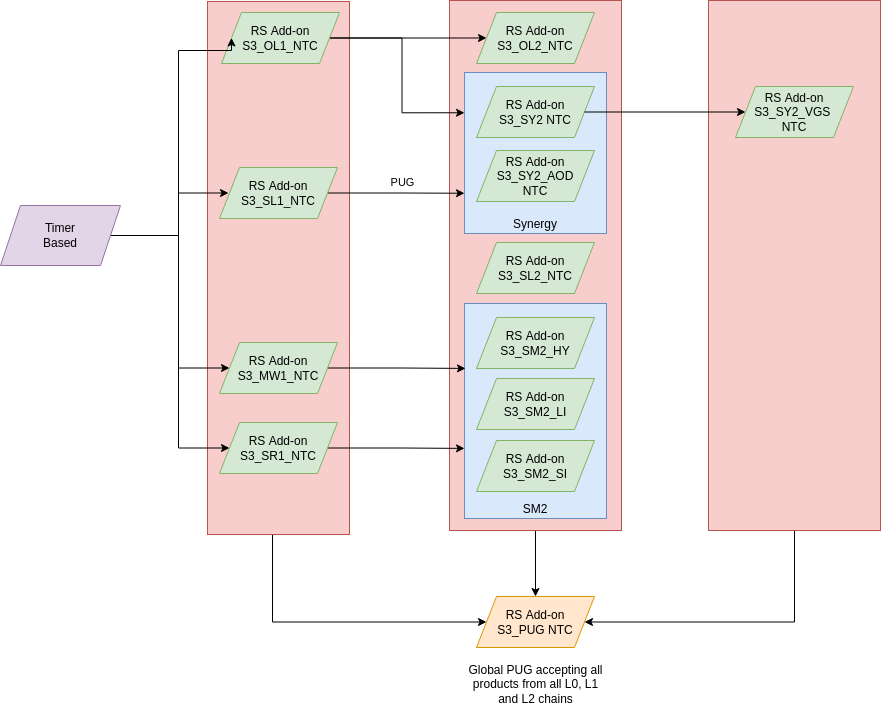
COPRS/processing-sentinel-3 keeps this draw.io diagram as docs/media/rs_addons_s3_ntc_overview.png. Above is the earlier version. Source tidied: cells renumbered, new cells last; positions are measured from the earlier drawing's top-left corner, leaving out a move shared by most shapes.
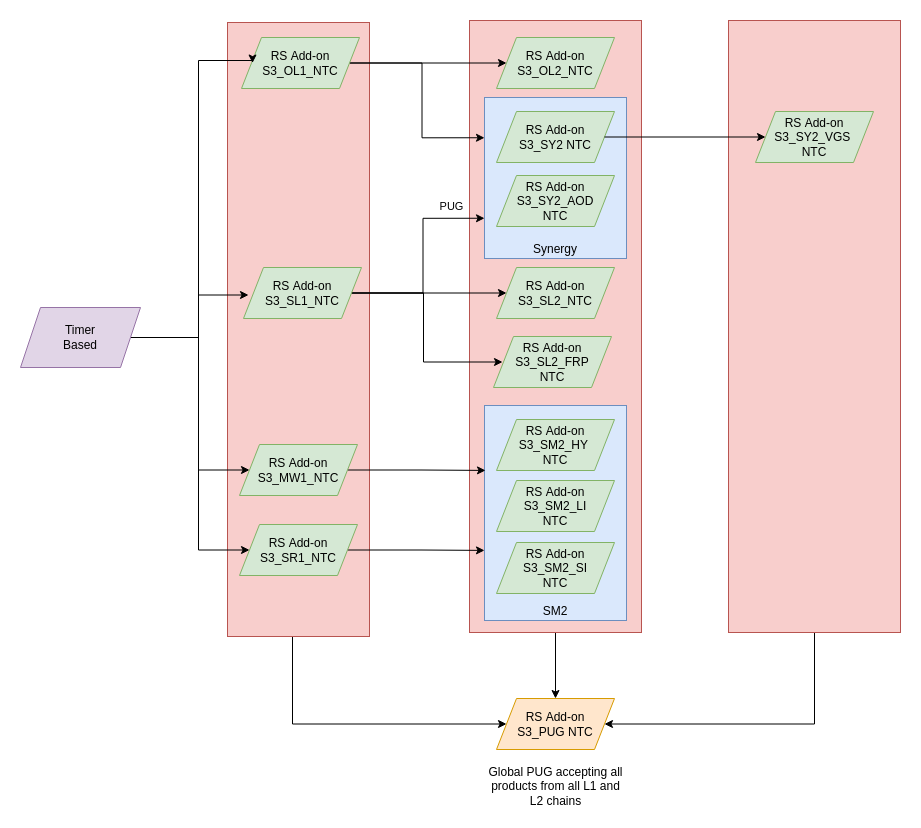
Later version of the same file.

Commit message:
RS-XX: Update overview graphics for NTC and STC

What changed in the source:
```diff
@@ -2,16 +2,16 @@
   <root>
     <mxCell id="0" />
     <mxCell id="1" parent="0" />
-    <mxCell id="2" style="edgeStyle=orthogonalEdgeStyle;rounded=0;jettySize=auto;html=1;" parent="1" edge="1" source="3" target="23">
+    <mxCell id="2" style="edgeStyle=orthogonalEdgeStyle;rounded=0;jettySize=auto;html=1;" parent="1" edge="1" source="3" target="25">
       <mxGeometry relative="1" as="geometry" />
     </mxCell>
     <mxCell id="3" style="rounded=0;whiteSpace=wrap;html=1;fillColor=#f8cecc;strokeColor=#b85450;" parent="1" vertex="1">
-      <mxGeometry x="449" width="172" height="530" as="geometry" />
+      <mxGeometry x="449" y="-82" width="172" height="612" as="geometry" />
     </mxCell>
     <mxCell id="4" value="Synergy" style="rounded=0;whiteSpace=wrap;html=1;fillColor=#dae8fc;strokeColor=#6c8ebf;verticalAlign=bottom;" parent="1" vertex="1">
-      <mxGeometry x="464" y="72" width="142" height="161" as="geometry" />
+      <mxGeometry x="464" y="-5" width="142" height="161" as="geometry" />
     </mxCell>
-    <mxCell id="5" style="edgeStyle=orthogonalEdgeStyle;rounded=0;jettySize=auto;html=1;entryX=0;entryY=0.5;entryDx=0;entryDy=0;" parent="1" edge="1" source="6" target="23">
+    <mxCell id="5" style="edgeStyle=orthogonalEdgeStyle;rounded=0;jettySize=auto;html=1;entryX=0;entryY=0.5;entryDx=0;entryDy=0;" parent="1" edge="1" source="6" target="25">
       <mxGeometry relative="1" as="geometry">
         <Array as="points">
           <mxPoint x="272" y="622" />
@@ -19,48 +19,51 @@
       </mxGeometry>
     </mxCell>
     <mxCell id="6" style="rounded=0;whiteSpace=wrap;html=1;fillColor=#f8cecc;strokeColor=#b85450;" parent="1" vertex="1">
-      <mxGeometry x="207" y="1" width="142" height="533" as="geometry" />
+      <mxGeometry x="207" y="-80" width="142" height="614" as="geometry" />
     </mxCell>
     <mxCell id="7" style="edgeStyle=orthogonalEdgeStyle;rounded=0;jettySize=auto;html=1;entryX=0;entryY=0.25;entryDx=0;entryDy=0;" parent="1" edge="1" source="9" target="4">
       <mxGeometry relative="1" as="geometry" />
     </mxCell>
-    <mxCell id="8" style="edgeStyle=orthogonalEdgeStyle;rounded=0;jettySize=auto;html=1;exitX=1;exitY=0.5;exitDx=0;exitDy=0;entryX=0;entryY=0.5;entryDx=0;entryDy=0;" parent="1" edge="1" source="9" target="29">
+    <mxCell id="8" style="edgeStyle=orthogonalEdgeStyle;rounded=0;jettySize=auto;html=1;exitX=1;exitY=0.5;exitDx=0;exitDy=0;entryX=0;entryY=0.5;entryDx=0;entryDy=0;" parent="1" edge="1" source="9" target="31">
       <mxGeometry relative="1" as="geometry" />
     </mxCell>
     <mxCell id="9" value="RS Add-on&lt;br&gt;S3_OL1_NTC" style="shape=parallelogram;perimeter=parallelogramPerimeter;whiteSpace=wrap;html=1;fixedSize=1;fillColor=#d5e8d4;strokeColor=#82b366;" parent="1" vertex="1">
-      <mxGeometry x="221" y="12" width="118" height="51" as="geometry" />
+      <mxGeometry x="221" y="-65" width="118" height="51" as="geometry" />
     </mxCell>
-    <mxCell id="10" style="edgeStyle=orthogonalEdgeStyle;rounded=0;jettySize=auto;html=1;entryX=0;entryY=0.5;entryDx=0;entryDy=0;" parent="1" edge="1" source="14" target="9">
+    <mxCell id="10" style="edgeStyle=orthogonalEdgeStyle;rounded=0;orthogonalLoop=1;jettySize=auto;html=1;exitX=1;exitY=0.5;exitDx=0;exitDy=0;entryX=0;entryY=0.5;entryDx=0;entryDy=0;" parent="1" edge="1">
       <mxGeometry relative="1" as="geometry">
+        <mxPoint x="109" y="235" as="sourcePoint" />
+        <mxPoint x="228" y="192.5" as="targetPoint" />
         <Array as="points">
           <mxPoint x="178" y="235" />
-          <mxPoint x="178" y="50" />
+          <mxPoint x="178" y="193" />
         </Array>
       </mxGeometry>
     </mxCell>
-    <mxCell id="11" style="edgeStyle=orthogonalEdgeStyle;rounded=0;orthogonalLoop=1;jettySize=auto;html=1;exitX=1;exitY=0.5;exitDx=0;exitDy=0;entryX=0;entryY=0.5;entryDx=0;entryDy=0;" parent="1" edge="1">
+    <mxCell id="11" style="edgeStyle=orthogonalEdgeStyle;rounded=0;jettySize=auto;html=1;exitX=1;exitY=0.5;exitDx=0;exitDy=0;entryX=0;entryY=0.5;entryDx=0;entryDy=0;" parent="1" edge="1" source="14" target="37">
       <mxGeometry relative="1" as="geometry">
-        <mxPoint x="109" y="235" as="sourcePoint" />
-        <mxPoint x="228" y="192.5" as="targetPoint" />
         <Array as="points">
           <mxPoint x="178" y="235" />
-          <mxPoint x="178" y="193" />
+          <mxPoint x="178" y="368" />
         </Array>
       </mxGeometry>
     </mxCell>
-    <mxCell id="12" style="edgeStyle=orthogonalEdgeStyle;rounded=0;jettySize=auto;html=1;exitX=1;exitY=0.5;exitDx=0;exitDy=0;entryX=0;entryY=0.5;entryDx=0;entryDy=0;" parent="1" edge="1" source="14" target="35">
+    <mxCell id="12" style="edgeStyle=orthogonalEdgeStyle;rounded=0;jettySize=auto;html=1;exitX=1;exitY=0.5;exitDx=0;exitDy=0;entryX=0;entryY=0.5;entryDx=0;entryDy=0;" parent="1" edge="1" source="14" target="23">
       <mxGeometry relative="1" as="geometry">
         <Array as="points">
           <mxPoint x="178" y="235" />
-          <mxPoint x="178" y="368" />
+          <mxPoint x="178" y="448" />
         </Array>
       </mxGeometry>
     </mxCell>
-    <mxCell id="13" style="edgeStyle=orthogonalEdgeStyle;rounded=0;jettySize=auto;html=1;exitX=1;exitY=0.5;exitDx=0;exitDy=0;entryX=0;entryY=0.5;entryDx=0;entryDy=0;" parent="1" edge="1" source="14" target="21">
+    <mxCell id="13" style="edgeStyle=orthogonalEdgeStyle;rounded=0;orthogonalLoop=1;jettySize=auto;html=1;exitX=1;exitY=0.5;exitDx=0;exitDy=0;entryX=0;entryY=0.5;entryDx=0;entryDy=0;" parent="1" edge="1">
       <mxGeometry relative="1" as="geometry">
+        <mxPoint x="111" y="235" as="sourcePoint" />
+        <mxPoint x="232" y="-39.5" as="targetPoint" />
         <Array as="points">
           <mxPoint x="178" y="235" />
-          <mxPoint x="178" y="448" />
+          <mxPoint x="178" y="-42" />
+          <mxPoint x="232" y="-42" />
         </Array>
       </mxGeometry>
     </mxCell>
@@ -68,73 +71,89 @@
       <mxGeometry y="205" width="120" height="60" as="geometry" />
     </mxCell>
     <mxCell id="15" value="RS Add-on&lt;br&gt;S3_SY2 NTC" style="shape=parallelogram;perimeter=parallelogramPerimeter;whiteSpace=wrap;html=1;fixedSize=1;fillColor=#d5e8d4;strokeColor=#82b366;" parent="1" vertex="1">
-      <mxGeometry x="476" y="86" width="118" height="51" as="geometry" />
+      <mxGeometry x="476" y="9" width="118" height="51" as="geometry" />
     </mxCell>
     <mxCell id="16" value="RS Add-on&lt;br&gt;S3_SY2_AOD&lt;br&gt;NTC" style="shape=parallelogram;perimeter=parallelogramPerimeter;whiteSpace=wrap;html=1;fixedSize=1;fillColor=#d5e8d4;strokeColor=#82b366;" parent="1" vertex="1">
-      <mxGeometry x="476" y="150" width="118" height="51" as="geometry" />
+      <mxGeometry x="476" y="73" width="118" height="51" as="geometry" />
     </mxCell>
-    <mxCell id="17" style="edgeStyle=orthogonalEdgeStyle;rounded=0;jettySize=auto;html=1;entryX=0;entryY=0.75;entryDx=0;entryDy=0;" parent="1" edge="1" source="19" target="4">
+    <mxCell id="17" style="edgeStyle=orthogonalEdgeStyle;rounded=0;jettySize=auto;html=1;entryX=0;entryY=0.75;entryDx=0;entryDy=0;" parent="1" edge="1" source="21" target="4">
       <mxGeometry relative="1" as="geometry" />
     </mxCell>
     <mxCell id="18" value="PUG" style="edgeLabel;html=1;align=center;verticalAlign=middle;" parent="17" vertex="1">
       <mxGeometry x="-0.2" y="3" relative="1" as="geometry">
-        <mxPoint x="19" y="-8" as="offset" />
+        <mxPoint x="31" y="-76" as="offset" />
       </mxGeometry>
     </mxCell>
-    <mxCell id="19" value="RS Add-on&lt;br&gt;S3_SL1_NTC" style="shape=parallelogram;perimeter=parallelogramPerimeter;whiteSpace=wrap;html=1;fixedSize=1;fillColor=#d5e8d4;strokeColor=#82b366;" parent="1" vertex="1">
-      <mxGeometry x="219" y="167" width="118" height="51" as="geometry" />
+    <mxCell id="19" style="edgeStyle=orthogonalEdgeStyle;rounded=0;jettySize=auto;html=1;exitX=1;exitY=0.5;exitDx=0;exitDy=0;entryX=0;entryY=0.5;entryDx=0;entryDy=0;" parent="1" edge="1" source="21" target="24">
+      <mxGeometry relative="1" as="geometry" />
     </mxCell>
-    <mxCell id="20" style="edgeStyle=orthogonalEdgeStyle;rounded=0;jettySize=auto;html=1;exitX=1;exitY=0.5;exitDx=0;exitDy=0;entryX=0;entryY=0.674;entryDx=0;entryDy=0;entryPerimeter=0;" parent="1" edge="1" source="21" target="30">
-      <mxGeometry relative="1" as="geometry" />
+    <mxCell id="20" style="edgeStyle=orthogonalEdgeStyle;rounded=0;orthogonalLoop=1;jettySize=auto;html=1;exitX=1;exitY=0.5;exitDx=0;exitDy=0;entryX=0;entryY=0.5;entryDx=0;entryDy=0;" parent="1" edge="1">
+      <mxGeometry relative="1" as="geometry">
+        <mxPoint x="330" y="190.5" as="sourcePoint" />
+        <mxPoint x="482" y="259.5" as="targetPoint" />
+        <Array as="points">
+          <mxPoint x="403" y="191" />
+          <mxPoint x="403" y="260" />
+        </Array>
+      </mxGeometry>
     </mxCell>
-    <mxCell id="21" value="RS Add-on&lt;br&gt;S3_SR1_NTC" style="shape=parallelogram;perimeter=parallelogramPerimeter;whiteSpace=wrap;html=1;fixedSize=1;fillColor=#d5e8d4;strokeColor=#82b366;" parent="1" vertex="1">
-      <mxGeometry x="219" y="422" width="118" height="51" as="geometry" />
+    <mxCell id="21" value="RS Add-on&lt;br&gt;S3_SL1_NTC" style="shape=parallelogram;perimeter=parallelogramPerimeter;whiteSpace=wrap;html=1;fixedSize=1;fillColor=#d5e8d4;strokeColor=#82b366;" parent="1" vertex="1">
+      <mxGeometry x="223" y="165" width="118" height="51" as="geometry" />
     </mxCell>
-    <mxCell id="22" value="RS Add-on&lt;br&gt;S3_SL2_NTC" style="shape=parallelogram;perimeter=parallelogramPerimeter;whiteSpace=wrap;html=1;fixedSize=1;fillColor=#d5e8d4;strokeColor=#82b366;" parent="1" vertex="1">
-      <mxGeometry x="476" y="242" width="118" height="51" as="geometry" />
+    <mxCell id="22" style="edgeStyle=orthogonalEdgeStyle;rounded=0;jettySize=auto;html=1;exitX=1;exitY=0.5;exitDx=0;exitDy=0;entryX=0;entryY=0.674;entryDx=0;entryDy=0;entryPerimeter=0;" parent="1" edge="1" source="23" target="32">
+      <mxGeometry relative="1" as="geometry" />
     </mxCell>
-    <mxCell id="23" value="RS Add-on&lt;br&gt;S3_PUG NTC" style="shape=parallelogram;perimeter=parallelogramPerimeter;whiteSpace=wrap;html=1;fixedSize=1;fillColor=#ffe6cc;strokeColor=#d79b00;" parent="1" vertex="1">
-      <mxGeometry x="476" y="596" width="118" height="51" as="geometry" />
+    <mxCell id="23" value="RS Add-on&lt;br&gt;S3_SR1_NTC" style="shape=parallelogram;perimeter=parallelogramPerimeter;whiteSpace=wrap;html=1;fixedSize=1;fillColor=#d5e8d4;strokeColor=#82b366;" parent="1" vertex="1">
+      <mxGeometry x="219" y="422" width="118" height="51" as="geometry" />
     </mxCell>
-    <mxCell id="24" value="Global PUG accepting all products from all L0, L1 and L2 chains" style="text;html=1;strokeColor=none;fillColor=none;align=center;verticalAlign=middle;whiteSpace=wrap;rounded=0;" parent="1" vertex="1">
-      <mxGeometry x="466.5" y="674" width="137" height="20" as="geometry" />
+    <mxCell id="24" value="RS Add-on&lt;br&gt;S3_SL2_NTC" style="shape=parallelogram;perimeter=parallelogramPerimeter;whiteSpace=wrap;html=1;fixedSize=1;fillColor=#d5e8d4;strokeColor=#82b366;" parent="1" vertex="1">
+      <mxGeometry x="476" y="165" width="118" height="51" as="geometry" />
     </mxCell>
-    <mxCell id="25" style="edgeStyle=orthogonalEdgeStyle;rounded=0;jettySize=auto;html=1;entryX=1;entryY=0.5;entryDx=0;entryDy=0;" parent="1" edge="1" source="26" target="23">
-      <mxGeometry relative="1" as="geometry">
-        <Array as="points">
-          <mxPoint x="794" y="622" />
-        </Array>
-      </mxGeometry>
+    <mxCell id="25" value="RS Add-on&lt;br&gt;S3_PUG NTC" style="shape=parallelogram;perimeter=parallelogramPerimeter;whiteSpace=wrap;html=1;fixedSize=1;fillColor=#ffe6cc;strokeColor=#d79b00;" parent="1" vertex="1">
+      <mxGeometry x="476" y="596" width="118" height="51" as="geometry" />
     </mxCell>
-    <mxCell id="26" style="rounded=0;whiteSpace=wrap;html=1;fillColor=#f8cecc;strokeColor=#b85450;" parent="1" vertex="1">
-      <mxGeometry x="708" width="172" height="530" as="geometry" />
+    <mxCell id="26" value="Global PUG accepting all products from all L1 and L2 chains" style="text;html=1;strokeColor=none;fillColor=none;align=center;verticalAlign=middle;whiteSpace=wrap;rounded=0;" parent="1" vertex="1">
+      <mxGeometry x="466.5" y="674" width="137" height="20" as="geometry" />
     </mxCell>
-    <mxCell id="27" value="RS Add-on&lt;br&gt;S3_SY2_VGS &lt;br&gt;NTC" style="shape=parallelogram;perimeter=parallelogramPerimeter;whiteSpace=wrap;html=1;fixedSize=1;fillColor=#d5e8d4;strokeColor=#82b366;" parent="1" vertex="1">
-      <mxGeometry x="735" y="86" width="118" height="51" as="geometry" />
+    <mxCell id="27" style="edgeStyle=orthogonalEdgeStyle;rounded=0;jettySize=auto;html=1;entryX=1;entryY=0.5;entryDx=0;entryDy=0;" parent="1" edge="1" source="28" target="25">
+      <mxGeometry relative="1" as="geometry">
+        <Array as="points">
+          <mxPoint x="794" y="622" />
+        </Array>
+      </mxGeometry>
     </mxCell>
-    <mxCell id="28" style="edgeStyle=orthogonalEdgeStyle;rounded=0;jettySize=auto;html=1;entryX=0;entryY=0.5;entryDx=0;entryDy=0;" parent="1" edge="1" source="15" target="27">
-      <mxGeometry relative="1" as="geometry" />
+    <mxCell id="28" style="rounded=0;whiteSpace=wrap;html=1;fillColor=#f8cecc;strokeColor=#b85450;" parent="1" vertex="1">
+      <mxGeometry x="708" y="-82" width="172" height="612" as="geometry" />
     </mxCell>
-    <mxCell id="29" value="RS Add-on&lt;br&gt;S3_OL2_NTC" style="shape=parallelogram;perimeter=parallelogramPerimeter;whiteSpace=wrap;html=1;fixedSize=1;fillColor=#d5e8d4;strokeColor=#82b366;" parent="1" vertex="1">
-      <mxGeometry x="476" y="12" width="118" height="51" as="geometry" />
+    <mxCell id="29" value="RS Add-on&lt;br&gt;S3_SY2_VGS &lt;br&gt;NTC" style="shape=parallelogram;perimeter=parallelogramPerimeter;whiteSpace=wrap;html=1;fixedSize=1;fillColor=#d5e8d4;strokeColor=#82b366;" parent="1" vertex="1">
+      <mxGeometry x="735" y="9" width="118" height="51" as="geometry" />
     </mxCell>
-    <mxCell id="30" value="SM2" style="rounded=0;whiteSpace=wrap;html=1;fillColor=#dae8fc;strokeColor=#6c8ebf;verticalAlign=bottom;" parent="1" vertex="1">
-      <mxGeometry x="464" y="303" width="142" height="215" as="geometry" />
+    <mxCell id="30" style="edgeStyle=orthogonalEdgeStyle;rounded=0;jettySize=auto;html=1;entryX=0;entryY=0.5;entryDx=0;entryDy=0;" parent="1" edge="1" source="15" target="29">
+      <mxGeometry relative="1" as="geometry" />
     </mxCell>
-    <mxCell id="31" value="RS Add-on&lt;br&gt;S3_SM2_HY" style="shape=parallelogram;perimeter=parallelogramPerimeter;whiteSpace=wrap;html=1;fixedSize=1;fillColor=#d5e8d4;strokeColor=#82b366;" parent="1" vertex="1">
-      <mxGeometry x="476" y="317" width="118" height="51" as="geometry" />
+    <mxCell id="31" value="RS Add-on&lt;br&gt;S3_OL2_NTC" style="shape=parallelogram;perimeter=parallelogramPerimeter;whiteSpace=wrap;html=1;fixedSize=1;fillColor=#d5e8d4;strokeColor=#82b366;" parent="1" vertex="1">
+      <mxGeometry x="476" y="-65" width="118" height="51" as="geometry" />
     </mxCell>
-    <mxCell id="32" value="RS Add-on&lt;br&gt;S3_SM2_LI" style="shape=parallelogram;perimeter=parallelogramPerimeter;whiteSpace=wrap;html=1;fixedSize=1;fillColor=#d5e8d4;strokeColor=#82b366;" parent="1" vertex="1">
-      <mxGeometry x="476" y="378" width="118" height="51" as="geometry" />
+    <mxCell id="32" value="SM2" style="rounded=0;whiteSpace=wrap;html=1;fillColor=#dae8fc;strokeColor=#6c8ebf;verticalAlign=bottom;" parent="1" vertex="1">
+      <mxGeometry x="464" y="303" width="142" height="215" as="geometry" />
     </mxCell>
-    <mxCell id="33" value="RS Add-on&lt;br&gt;S3_SM2_SI" style="shape=parallelogram;perimeter=parallelogramPerimeter;whiteSpace=wrap;html=1;fixedSize=1;fillColor=#d5e8d4;strokeColor=#82b366;" parent="1" vertex="1">
-      <mxGeometry x="476" y="440" width="118" height="51" as="geometry" />
+    <mxCell id="33" value="RS Add-on&lt;br&gt;S3_SM2_HY &lt;br&gt;NTC" style="shape=parallelogram;perimeter=parallelogramPerimeter;whiteSpace=wrap;html=1;fixedSize=1;fillColor=#d5e8d4;strokeColor=#82b366;" parent="1" vertex="1">
+      <mxGeometry x="476" y="317" width="118" height="51" as="geometry" />
     </mxCell>
-    <mxCell id="34" style="edgeStyle=orthogonalEdgeStyle;rounded=0;jettySize=auto;html=1;exitX=1;exitY=0.5;exitDx=0;exitDy=0;entryX=0.007;entryY=0.302;entryDx=0;entryDy=0;entryPerimeter=0;" parent="1" edge="1" source="35" target="30">
-      <mxGeometry relative="1" as="geometry" />
+    <mxCell id="34" value="RS Add-on&lt;br&gt;S3_SM2_LI&lt;br&gt;NTC" style="shape=parallelogram;perimeter=parallelogramPerimeter;whiteSpace=wrap;html=1;fixedSize=1;fillColor=#d5e8d4;strokeColor=#82b366;" parent="1" vertex="1">
+      <mxGeometry x="476" y="378" width="118" height="51" as="geometry" />
     </mxCell>
-    <mxCell id="35" value="RS Add-on&lt;br&gt;S3_MW1_NTC" style="shape=parallelogram;perimeter=parallelogramPerimeter;whiteSpace=wrap;html=1;fixedSize=1;fillColor=#d5e8d4;strokeColor=#82b366;" parent="1" vertex="1">
-      <mxGeometry x="219" y="342" width="118" height="51" as="geometry" />
+    <mxCell id="35" value="RS Add-on&lt;br&gt;S3_SM2_SI&lt;br&gt;NTC" style="shape=parallelogram;perimeter=parallelogramPerimeter;whiteSpace=wrap;html=1;fixedSize=1;fillColor=#d5e8d4;strokeColor=#82b366;" parent="1" vertex="1">
+      <mxGeometry x="476" y="440" width="118" height="51" as="geometry" />
     </mxCell>
+    <mxCell id="36" style="edgeStyle=orthogonalEdgeStyle;rounded=0;jettySize=auto;html=1;exitX=1;exitY=0.5;exitDx=0;exitDy=0;entryX=0.007;entryY=0.302;entryDx=0;entryDy=0;entryPerimeter=0;" parent="1" edge="1" source="37" target="32">
+      <mxGeometry relative="1" as="geometry" />
+    </mxCell>
+    <mxCell id="37" value="RS Add-on&lt;br&gt;S3_MW1_NTC" style="shape=parallelogram;perimeter=parallelogramPerimeter;whiteSpace=wrap;html=1;fixedSize=1;fillColor=#d5e8d4;strokeColor=#82b366;" parent="1" vertex="1">
+      <mxGeometry x="219" y="342" width="118" height="51" as="geometry" />
+    </mxCell>
+    <mxCell id="38" value="RS Add-on&lt;br&gt;S3_SL2_FRP&lt;br&gt;NTC" style="shape=parallelogram;perimeter=parallelogramPerimeter;whiteSpace=wrap;html=1;fixedSize=1;fillColor=#d5e8d4;strokeColor=#82b366;" parent="1" vertex="1">
+      <mxGeometry x="473" y="234" width="118" height="51" as="geometry" />
+    </mxCell>
   </root>
 </mxGraphModel>
```
